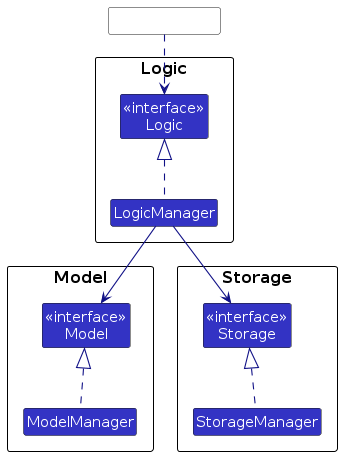
The PlantUML diagram diagrams/ComponentManagers.png in AY2425S2-CS2103-F08-4/tp, before a commit. Its source is kept beside it as diagrams/ComponentManagers.puml. Source of this version:
```plantuml
@startuml
!include style.puml
skinparam arrowThickness 1.1
skinparam arrowColor LOGIC_COLOR_T4
skinparam classBackgroundColor LOGIC_COLOR

package Logic as LogicPackage {
Class "<<interface>>\nLogic" as Logic
Class LogicManager
}

package Model as ModelPackage {
Class "<<interface>>\nModel" as Model
Class ModelManager
}

package Storage as StoragePackage {
Class "<<interface>>\nStorage" as Storage
Class StorageManager
}

Class HiddenOutside #FFFFFF
HiddenOutside ..> Logic

LogicManager .up.|> Logic
ModelManager .up.|> Model
StorageManager .up.|> Storage

LogicManager --> Model
LogicManager --> Storage
@enduml
```
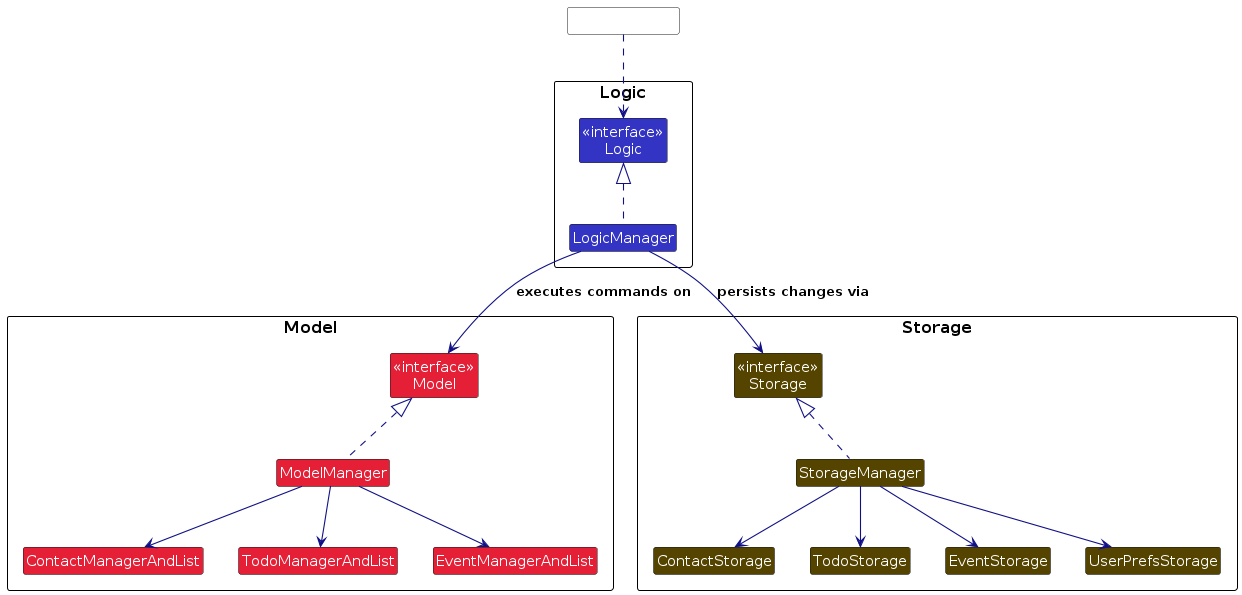
The same diagram one commit later.

What changed in the source:
```diff
@@ -10,13 +10,20 @@
 }
 
 package Model as ModelPackage {
-Class "<<interface>>\nModel" as Model
-Class ModelManager
+Class "<<interface>>\nModel" as Model MODEL_COLOR_T2
+Class "ModelManager" as ModelManager MODEL_COLOR_T2
+Class "ContactManagerAndList" as ContactManager MODEL_COLOR_T2
+Class "TodoManagerAndList" as TodoManager MODEL_COLOR_T2
+Class "EventManagerAndList" as EventManager MODEL_COLOR_T2
 }
 
 package Storage as StoragePackage {
-Class "<<interface>>\nStorage" as Storage
-Class StorageManager
+Class "<<interface>>\nStorage" as Storage STORAGE_COLOR_T2
+Class "StorageManager" as StorageManager STORAGE_COLOR_T2
+Class "ContactStorage" as ContactStorage STORAGE_COLOR_T2
+Class "TodoStorage" as TodoStorage STORAGE_COLOR_T2
+Class "EventStorage" as EventStorage STORAGE_COLOR_T2
+Class "UserPrefsStorage" as UserPrefsStorage STORAGE_COLOR_T2
 }
 
 Class HiddenOutside #FFFFFF
@@ -26,6 +33,15 @@
 ModelManager .up.|> Model
 StorageManager .up.|> Storage
 
-LogicManager --> Model
-LogicManager --> Storage
+ModelManager --> ContactManager
+ModelManager --> TodoManager
+ModelManager --> EventManager
+
+StorageManager --> ContactStorage
+StorageManager --> TodoStorage
+StorageManager --> EventStorage
+StorageManager --> UserPrefsStorage
+
+LogicManager --> Model : executes commands on
+LogicManager --> Storage : persists changes via
 @enduml
```
